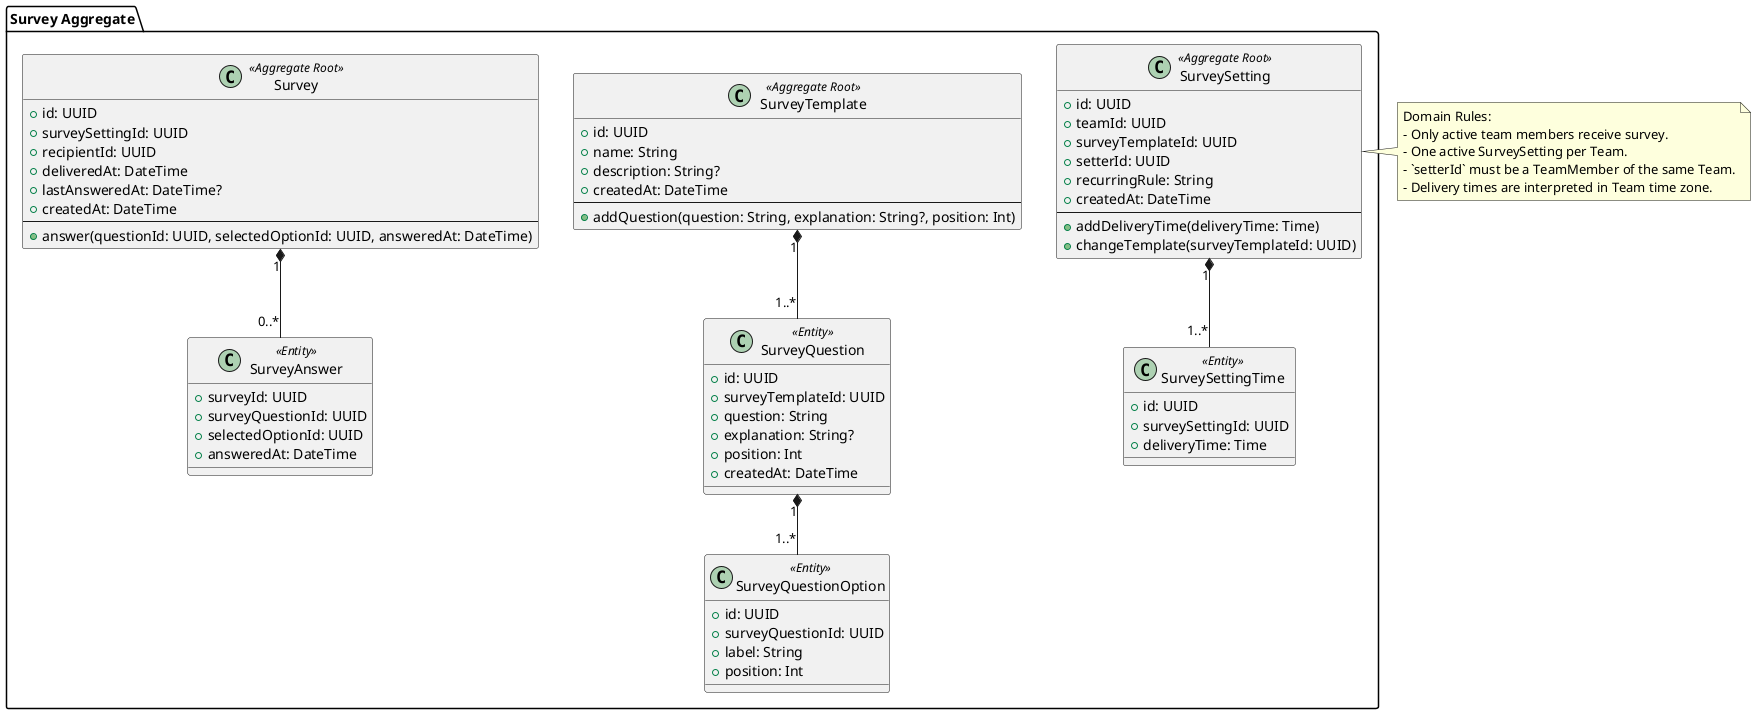
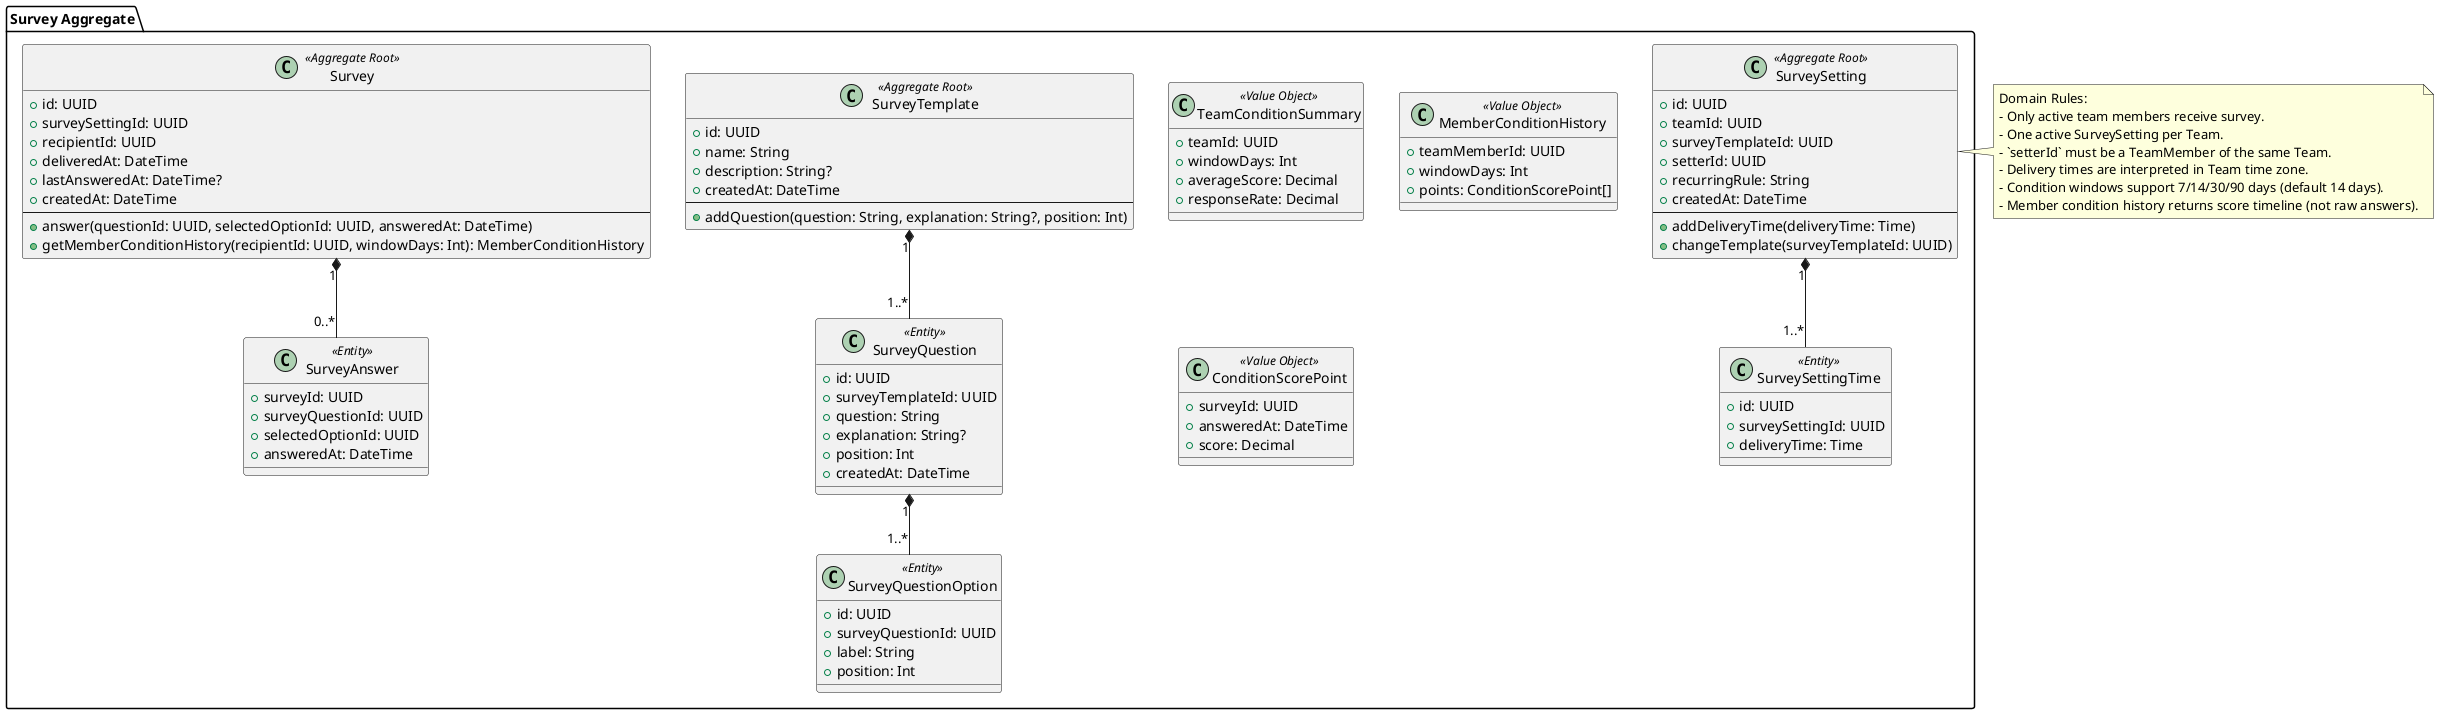
@startuml
package "Survey Aggregate" {

  class SurveyTemplate <<Aggregate Root>> {
    +id: UUID
    +name: String
    +description: String?
    +createdAt: DateTime
    --
    +addQuestion(question: String, explanation: String?, position: Int)
  }

  class SurveyQuestion <<Entity>> {
    +id: UUID
    +surveyTemplateId: UUID
    +question: String
    +explanation: String?
    +position: Int
    +createdAt: DateTime
  }

  class SurveyQuestionOption <<Entity>> {
    +id: UUID
    +surveyQuestionId: UUID
    +label: String
    +position: Int
  }

  class SurveySetting <<Aggregate Root>> {
    +id: UUID
    +teamId: UUID
    +surveyTemplateId: UUID
    +setterId: UUID
    +recurringRule: String
    +createdAt: DateTime
    --
    +addDeliveryTime(deliveryTime: Time)
    +changeTemplate(surveyTemplateId: UUID)
  }

  class SurveySettingTime <<Entity>> {
    +id: UUID
    +surveySettingId: UUID
    +deliveryTime: Time
  }

  class Survey <<Aggregate Root>> {
    +id: UUID
    +surveySettingId: UUID
    +recipientId: UUID
    +deliveredAt: DateTime
    +lastAnsweredAt: DateTime?
    +createdAt: DateTime
    --
    +answer(questionId: UUID, selectedOptionId: UUID, answeredAt: DateTime)
+     +getMemberConditionHistory(recipientId: UUID, windowDays: Int): MemberConditionHistory
  }

  class SurveyAnswer <<Entity>> {
    +surveyId: UUID
    +surveyQuestionId: UUID
    +selectedOptionId: UUID
    +answeredAt: DateTime
+   }
+ 
+   class TeamConditionSummary <<Value Object>> {
+     +teamId: UUID
+     +windowDays: Int
+     +averageScore: Decimal
+     +responseRate: Decimal
+   }
+ 
+   class MemberConditionHistory <<Value Object>> {
+     +teamMemberId: UUID
+     +windowDays: Int
+     +points: ConditionScorePoint[]
+   }
+ 
+   class ConditionScorePoint <<Value Object>> {
+     +surveyId: UUID
+     +answeredAt: DateTime
+     +score: Decimal
  }

  SurveyTemplate "1" *-- "1..*" SurveyQuestion
  SurveyQuestion "1" *-- "1..*" SurveyQuestionOption
  SurveySetting "1" *-- "1..*" SurveySettingTime
  Survey "1" *-- "0..*" SurveyAnswer
}

note right of SurveySetting
Domain Rules:
- Only active team members receive survey.
- One active SurveySetting per Team.
- `setterId` must be a TeamMember of the same Team.
- Delivery times are interpreted in Team time zone.
+ - Condition windows support 7/14/30/90 days (default 14 days).
+ - Member condition history returns score timeline (not raw answers).
end note

@enduml